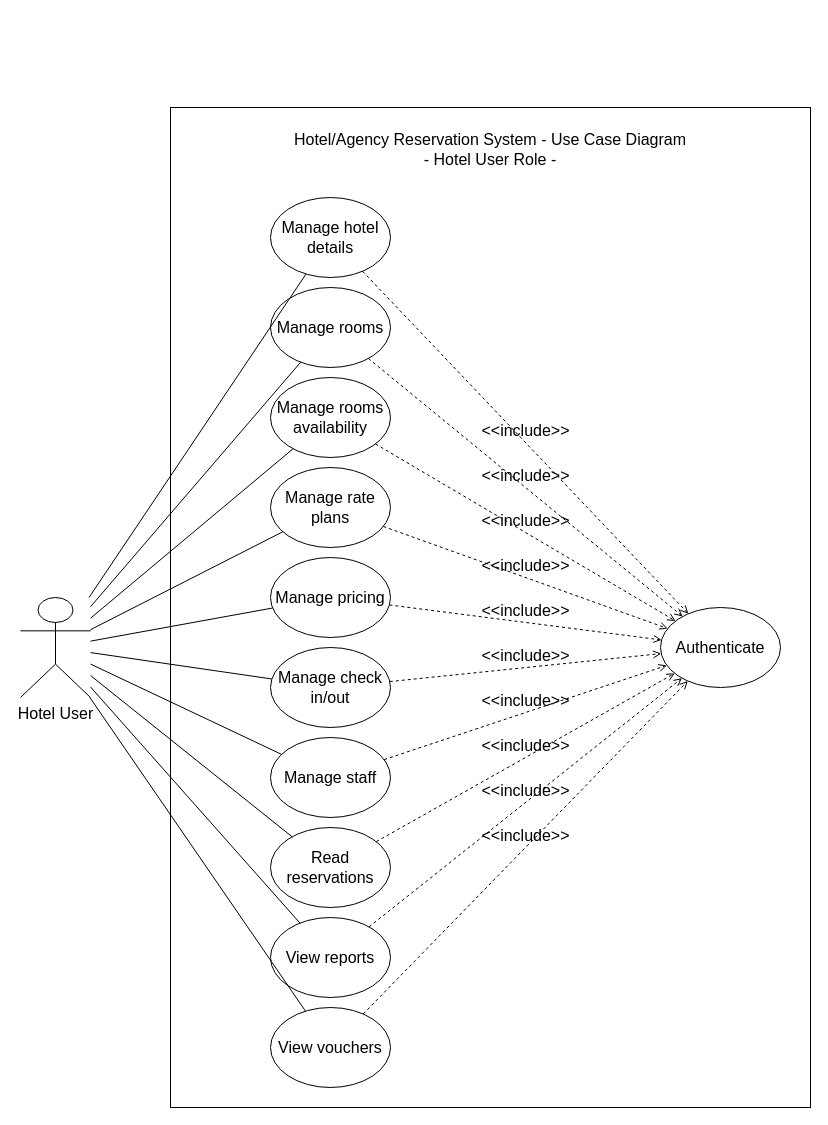
Before: page "hotel" (2 of 4) of use_case_diagram.drawio in jawharhmidi02/resrvy_diagrams, a draw.io diagram. Source tidied: cells renumbered, new cells numbered last; positions are measured from the earlier drawing's top-left corner, leaving out a move shared by most shapes. Both pictures are drawn from the tidied source at 100%, with x=0, y=0 at pixel (20, 107).
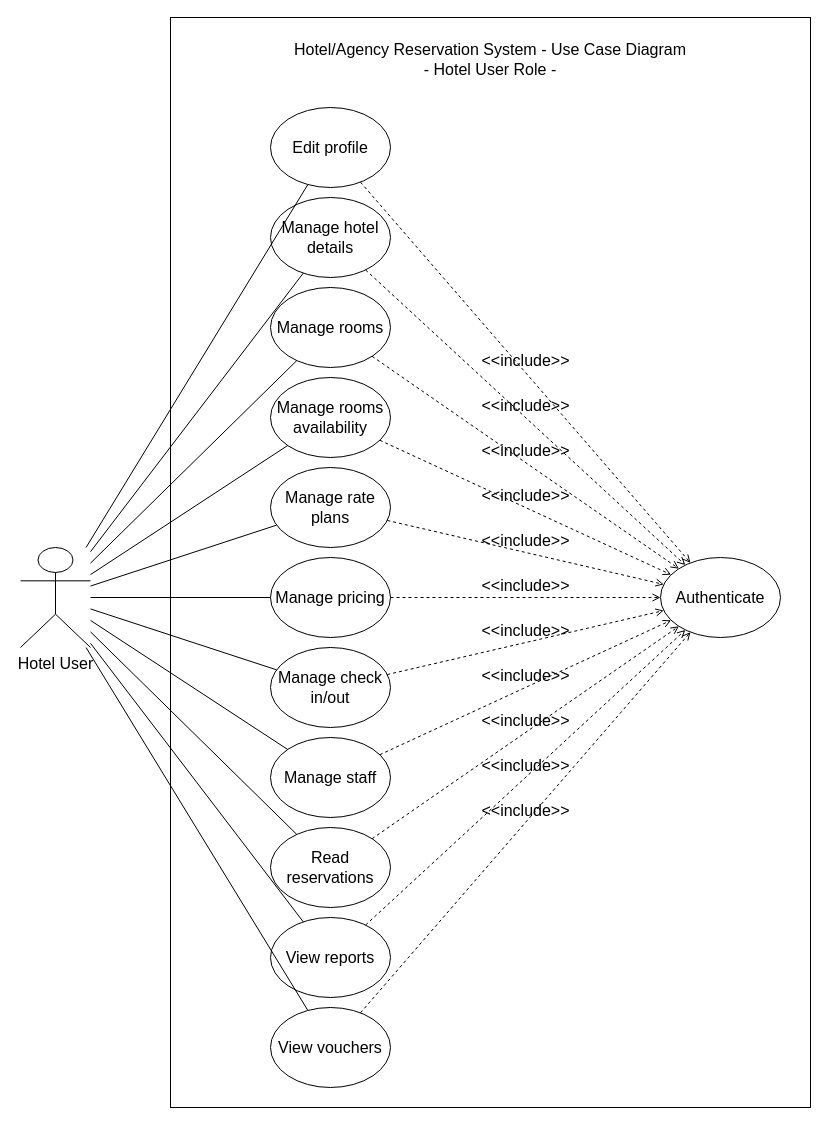
After the change.

Diff of the diagram source:
```diff
@@
     <mxCell id="2" style="rounded=0;whiteSpace=wrap;html=1;fontSize=16;" parent="1" vertex="1">
-      <mxGeometry x="150" width="640" height="1000" as="geometry" />
+      <mxGeometry x="150" y="-90" width="640" height="1090" as="geometry" />
     </mxCell>
@@
     <mxCell id="10" value="&lt;div&gt;Hotel User&lt;/div&gt;" style="shape=umlActor;verticalLabelPosition=bottom;verticalAlign=top;html=1;outlineConnect=0;fontSize=16;" parent="1" vertex="1">
-      <mxGeometry y="490" width="70" height="100" as="geometry" />
+      <mxGeometry y="440" width="70" height="100" as="geometry" />
     </mxCell>
@@
     <mxCell id="22" value="&lt;div&gt;&lt;font&gt;Hotel/Agency Reservation System - Use Case Diagram&lt;/font&gt;&lt;/div&gt;&lt;div&gt;&lt;font&gt;- Hotel User Role -&lt;/font&gt;&lt;/div&gt;" style="text;html=1;align=center;verticalAlign=middle;whiteSpace=wrap;rounded=0;fontSize=16;" parent="1" vertex="1">
-      <mxGeometry x="150" y="10" width="640" height="63" as="geometry" />
+      <mxGeometry x="150" y="-80" width="640" height="63" as="geometry" />
     </mxCell>
     <mxCell id="23" value="Authenticate" style="ellipse;whiteSpace=wrap;html=1;fontSize=16;" parent="1" vertex="1">
-      <mxGeometry x="640" y="500" width="120" height="80" as="geometry" />
+      <mxGeometry x="640" y="450" width="120" height="80" as="geometry" />
     </mxCell>
@@
+    <mxCell id="36" value="Edit profile" style="ellipse;whiteSpace=wrap;html=1;fontSize=16;" parent="1" vertex="1">
+      <mxGeometry x="250" width="120" height="80" as="geometry" />
+    </mxCell>
+    <mxCell id="37" value="&amp;lt;&amp;lt;include&amp;gt;&amp;gt;" style="html=1;verticalAlign=bottom;labelBackgroundColor=none;endArrow=open;endFill=0;dashed=1;rounded=0;fontSize=16;" parent="1" edge="1" source="36" target="23">
+      <mxGeometry relative="1" as="geometry" />
+    </mxCell>
+    <mxCell id="38" style="endArrow=none;html=1;rounded=0;fontSize=16;" parent="1" edge="1" source="10" target="36">
+      <mxGeometry relative="1" as="geometry" />
+    </mxCell>
```
